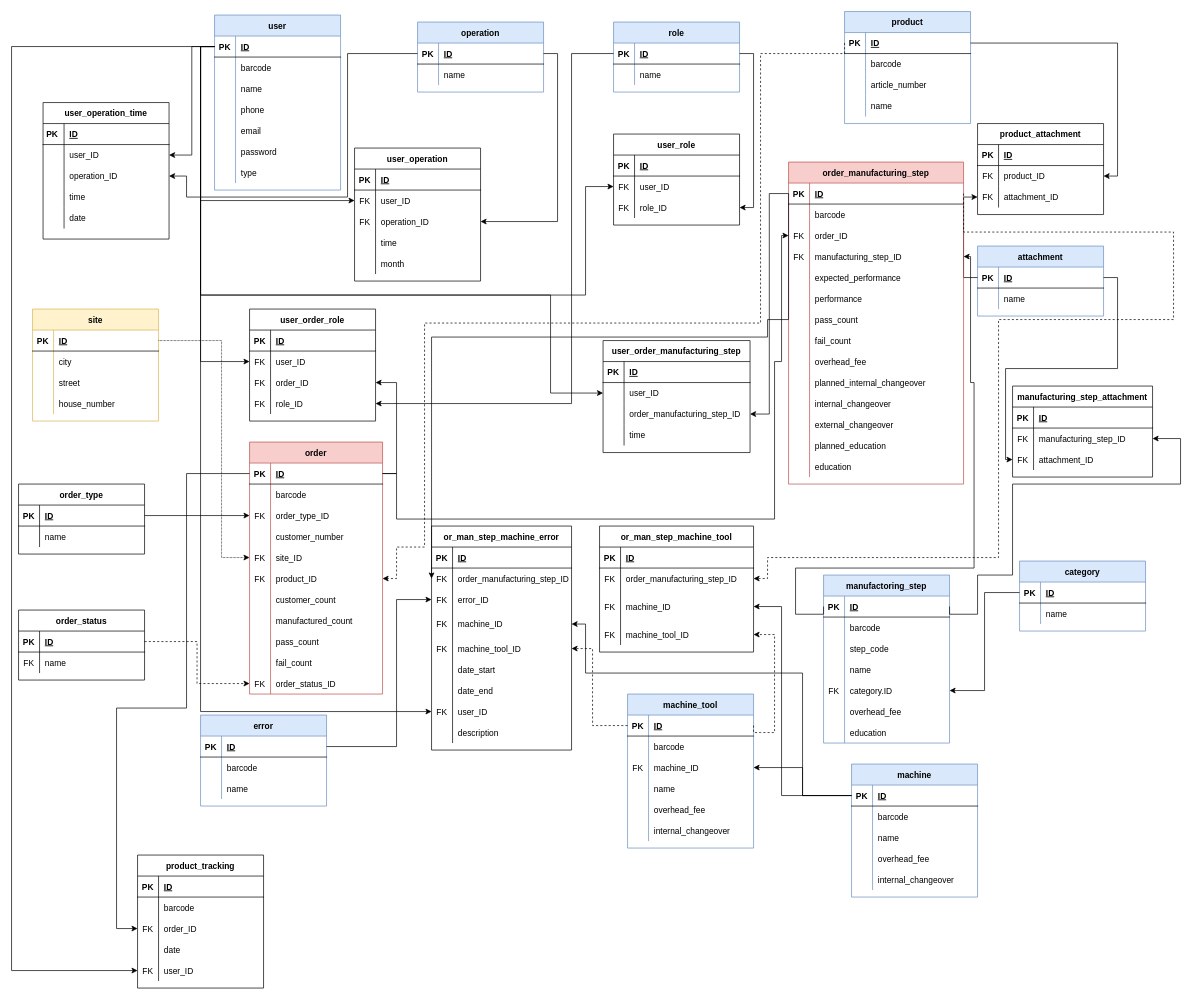
Above: DOC/diagrams/database_plan_2_0_0.drawio in KerteszZoltan/mesterminal (draw.io), before the change. Source tidied: cells renumbered, new cells numbered last; positions are measured from the earlier drawing's top-left corner, leaving out a move shared by most shapes. Both pictures are drawn from the tidied source at 70%, with x=0, y=0 at pixel (11, 11).
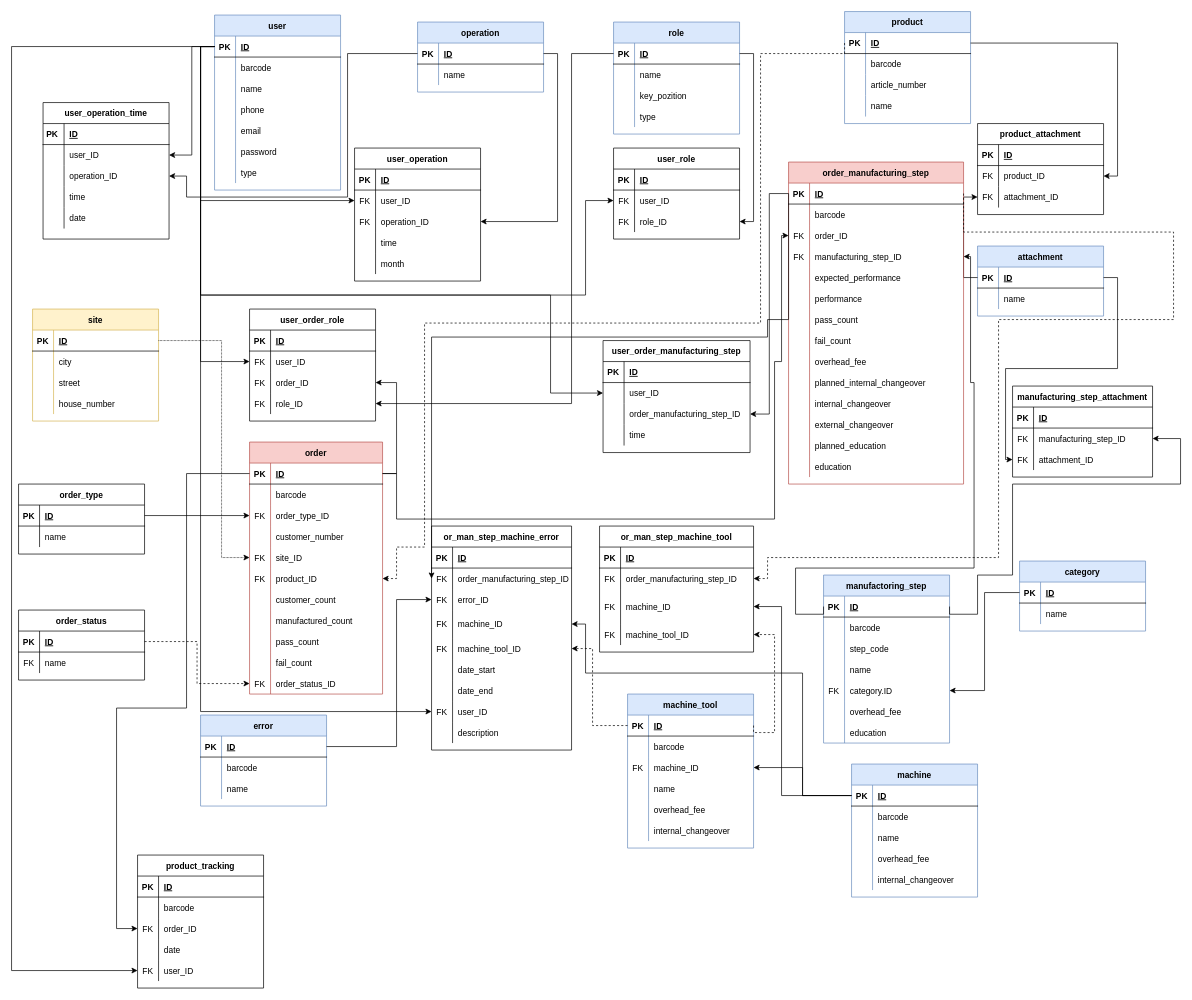
Above is the later version.

Commit message:
add key_pozition and type

Unchanged cells that the change refers to:
```xml
<mxCell id="3" style="shape=partialRectangle;fillColor=none;top=0;left=0;bottom=1;right=0;points=[[0,0.5],[1,0.5]];portConstraint=eastwest;" parent="2" vertex="1">
  <mxGeometry y="30" width="180" height="30" as="geometry" />
</mxCell>
<mxCell id="60" style="shape=partialRectangle;fillColor=none;top=0;left=0;bottom=0;right=0;points=[[0,0.5],[1,0.5]];portConstraint=eastwest;" parent="56" vertex="1">
  <mxGeometry y="60" width="180" height="30" as="geometry" />
</mxCell>
```

The edit, as a diff of the source:
```diff
@@
     <mxCell id="49" value="role" style="shape=table;startSize=30;childLayout=tableLayout;rowLines=0;fontStyle=1;align=center;fillColor=#dae8fc;strokeColor=#6c8ebf;" parent="1" vertex="1">
-      <mxGeometry x="860" y="15" width="180" height="100" as="geometry" />
+      <mxGeometry x="860" y="15" width="180" height="160" as="geometry" />
     </mxCell>
@@
+    <mxCell id="414" style="shape=partialRectangle;fillColor=none;top=0;left=0;bottom=0;right=0;" parent="49" vertex="1">
+      <mxGeometry y="90" width="180" height="30" as="geometry" />
+    </mxCell>
+    <mxCell id="415" style="shape=partialRectangle;fillColor=none;top=0;left=0;bottom=0;right=0;overflow=hidden;" parent="414" vertex="1">
+      <mxGeometry width="30" height="30" as="geometry" />
+    </mxCell>
+    <mxCell id="416" value="key_pozition" style="shape=partialRectangle;fillColor=none;top=0;left=0;bottom=0;right=0;align=left;spacingLeft=6;overflow=hidden;" parent="414" vertex="1">
+      <mxGeometry x="30" width="150" height="30" as="geometry" />
+    </mxCell>
+    <mxCell id="417" style="shape=partialRectangle;fillColor=none;top=0;left=0;bottom=0;right=0;" parent="49" vertex="1">
+      <mxGeometry y="120" width="180" height="30" as="geometry" />
+    </mxCell>
+    <mxCell id="418" style="shape=partialRectangle;fillColor=none;top=0;left=0;bottom=0;right=0;overflow=hidden;" parent="417" vertex="1">
+      <mxGeometry width="30" height="30" as="geometry" />
+    </mxCell>
+    <mxCell id="419" value="type" style="shape=partialRectangle;fillColor=none;top=0;left=0;bottom=0;right=0;align=left;spacingLeft=6;overflow=hidden;" parent="417" vertex="1">
+      <mxGeometry x="30" width="150" height="30" as="geometry" />
+    </mxCell>
     <mxCell id="56" value="user_role" style="shape=table;startSize=30;childLayout=tableLayout;rowLines=0;fontStyle=1;align=center;" parent="1" vertex="1">
-      <mxGeometry x="860" y="175" width="180" height="130" as="geometry" />
+      <mxGeometry x="860" y="195" width="180" height="130" as="geometry" />
     </mxCell>
@@
     <mxCell id="67" style="edgeStyle=orthogonalEdgeStyle;rounded=0;jettySize=auto;html=1;exitX=0;exitY=0.5;exitDx=0;exitDy=0;entryX=0;entryY=0.5;entryDx=0;entryDy=0;" parent="1" edge="1" source="3" target="60">
       <mxGeometry relative="1" as="geometry">
         <Array as="points">
           <mxPoint x="270" y="50" />
           <mxPoint x="270" y="405" />
           <mxPoint x="820" y="405" />
-          <mxPoint x="820" y="250" />
+          <mxPoint x="820" y="270" />
         </Array>
       </mxGeometry>
     </mxCell>
```
